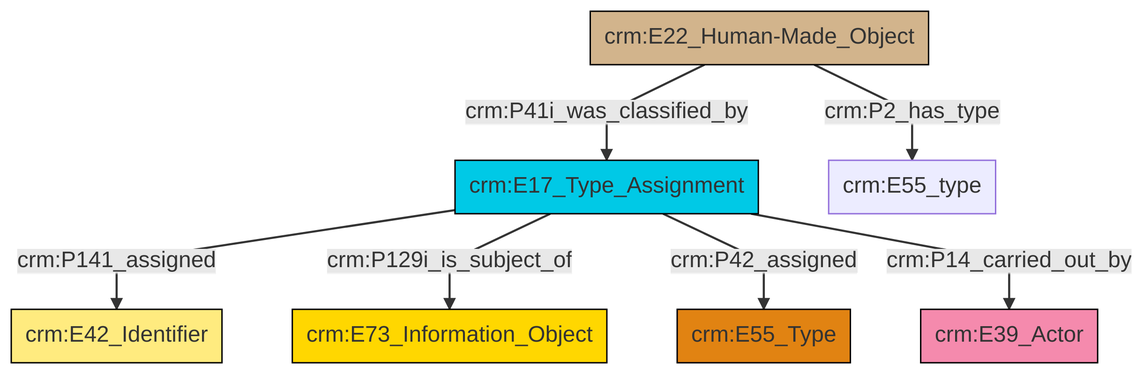
The Mermaid diagram et/builtWorkCSV/ttl/mmd/png/Built_Work_designation_status.png in swiss-art-research-net/docs.swissartresearch, before a commit. Its source is kept beside it as et/builtWorkCSV/ttl/mmd/Built_Work_designation_status.ttl.mmd.
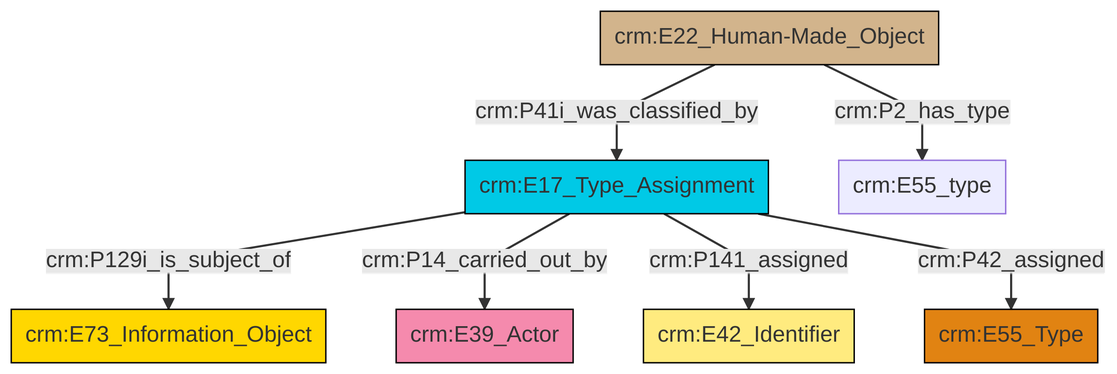
The same diagram one commit later.

The edit, as a diff of the source:
```diff
@@ -13,9 +13,9 @@
 classDef PC_Classes fill:#4ce600, stroke:#000000;
 classDef Multi fill:#cccccc,stroke:#000000;
 
-0["crm:E17_Type_Assignment"]:::Temporal_Entity -->|crm:P141_assigned| 1["crm:E42_Identifier"]:::Appellation
-0["crm:E17_Type_Assignment"]:::Temporal_Entity -->|crm:P129i_is_subject_of| 6["crm:E73_Information_Object"]:::Conceptual_Object
-0["crm:E17_Type_Assignment"]:::Temporal_Entity -->|crm:P42_assigned| 7["crm:E55_Type"]:::Type
-2["crm:E22_Human-Made_Object"]:::Physical_Thing -->|crm:P2_has_type| 11["crm:E55_type"]:::Default
-0["crm:E17_Type_Assignment"]:::Temporal_Entity -->|crm:P14_carried_out_by| 4["crm:E39_Actor"]:::Actor
-2["crm:E22_Human-Made_Object"]:::Physical_Thing -->|crm:P41i_was_classified_by| 0["crm:E17_Type_Assignment"]:::Temporal_Entity
+2["crm:E17_Type_Assignment"]:::Temporal_Entity -->|crm:P129i_is_subject_of| 3["crm:E73_Information_Object"]:::Conceptual_Object
+2["crm:E17_Type_Assignment"]:::Temporal_Entity -->|crm:P14_carried_out_by| 5["crm:E39_Actor"]:::Actor
+0["crm:E22_Human-Made_Object"]:::Physical_Thing -->|crm:P41i_was_classified_by| 2["crm:E17_Type_Assignment"]:::Temporal_Entity
+0["crm:E22_Human-Made_Object"]:::Physical_Thing -->|crm:P2_has_type| 7["crm:E55_type"]:::Default
+2["crm:E17_Type_Assignment"]:::Temporal_Entity -->|crm:P141_assigned| 11["crm:E42_Identifier"]:::Appellation
+2["crm:E17_Type_Assignment"]:::Temporal_Entity -->|crm:P42_assigned| 9["crm:E55_Type"]:::Type
```
